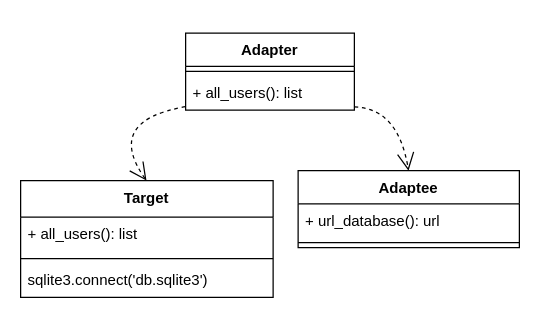
Earlier version of the draw.io diagram Диаграмма Adapter_paternn.drawio (Stungelx/simple_patern). Source tidied: cells renumbered, new cells numbered last; positions are measured from the earlier drawing's top-left corner, leaving out a move shared by most shapes. Both pictures are drawn from the tidied source at 125%, with x=0, y=0 at pixel (20, 32).
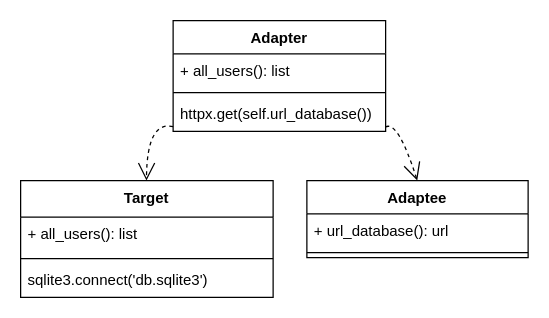
The same page after the edit.

Change to the diagram source:
```diff
@@
 <mxGraphModel>
   <root>
     <mxCell id="0" />
     <mxCell id="1" parent="0" />
     <mxCell id="2" value="Adapter" style="swimlane;fontStyle=1;align=center;verticalAlign=top;horizontal=1;startSize=26.525249905056423;" parent="1" vertex="1">
-      <mxGeometry x="132" width="135" height="61.5" as="geometry" />
+      <mxGeometry x="122" y="-10" width="170" height="88.5" as="geometry" />
     </mxCell>
+    <mxCell id="4" value="+ all_users(): list" style="text;strokeColor=none;fillColor=none;align=left;verticalAlign=top;spacingLeft=4;spacingRight=4;overflow=hidden;" parent="2" vertex="1">
+      <mxGeometry y="26.5" width="170" height="27" as="geometry" />
+    </mxCell>
     <mxCell id="3" style="line;strokeWidth=1;fillColor=none;align=left;verticalAlign=middle;spacingTop=-1;spacingLeft=3;spacingRight=3;labelPosition=right;strokeColor=inherit;" parent="2" vertex="1">
-      <mxGeometry y="26.5" width="135" height="8" as="geometry" />
+      <mxGeometry y="53.5" width="170" height="8" as="geometry" />
     </mxCell>
-    <mxCell id="4" value="+ all_users(): list" style="text;strokeColor=none;fillColor=none;align=left;verticalAlign=top;spacingLeft=4;spacingRight=4;overflow=hidden;" parent="2" vertex="1">
-      <mxGeometry y="34.5" width="135" height="27" as="geometry" />
-    </mxCell>
+    <mxCell id="14" value="httpx.get(self.url_database())" style="text;strokeColor=none;fillColor=none;align=left;verticalAlign=top;spacingLeft=4;spacingRight=4;overflow=hidden;" parent="2" vertex="1">
+      <mxGeometry y="61.5" width="170" height="27" as="geometry" />
+    </mxCell>
     <mxCell id="5" value="Target" style="swimlane;fontStyle=1;align=center;verticalAlign=top;horizontal=1;startSize=29.272726440429686;" parent="1" vertex="1">
       <mxGeometry y="118" width="202" height="93.3" as="geometry" />
     </mxCell>
     <mxCell id="6" value="+ all_users(): list" style="text;strokeColor=none;fillColor=none;align=left;verticalAlign=top;spacingLeft=4;spacingRight=4;overflow=hidden;" parent="5" vertex="1">
       <mxGeometry y="29.3" width="202" height="29" as="geometry" />
     </mxCell>
     <mxCell id="7" style="line;strokeWidth=1;fillColor=none;align=left;verticalAlign=middle;spacingTop=-1;spacingLeft=3;spacingRight=3;labelPosition=right;strokeColor=inherit;" parent="5" vertex="1">
       <mxGeometry y="58.3" width="202" height="8" as="geometry" />
     </mxCell>
     <mxCell id="8" value="sqlite3.connect('db.sqlite3')" style="text;strokeColor=none;fillColor=none;align=left;verticalAlign=top;spacingLeft=4;spacingRight=4;overflow=hidden;" parent="5" vertex="1">
       <mxGeometry y="66.3" width="202" height="27" as="geometry" />
     </mxCell>
     <mxCell id="9" value="Adaptee" style="swimlane;fontStyle=1;align=center;verticalAlign=top;horizontal=1;startSize=26.525249905056423;" parent="1" vertex="1">
-      <mxGeometry x="222" y="110" width="177" height="61.5" as="geometry" />
+      <mxGeometry x="229" y="118" width="177" height="61.5" as="geometry" />
     </mxCell>
     <mxCell id="10" value="+ url_database(): url" style="text;strokeColor=none;fillColor=none;align=left;verticalAlign=top;spacingLeft=4;spacingRight=4;overflow=hidden;" parent="9" vertex="1">
       <mxGeometry y="26.5" width="177" height="27" as="geometry" />
     </mxCell>
     <mxCell id="11" style="line;strokeWidth=1;fillColor=none;align=left;verticalAlign=middle;spacingTop=-1;spacingLeft=3;spacingRight=3;labelPosition=right;strokeColor=inherit;" parent="9" vertex="1">
       <mxGeometry y="53.5" width="177" height="8" as="geometry" />
     </mxCell>
     <mxCell id="12" style="curved=1;dashed=1;startArrow=none;endArrow=open;endSize=12;exitX=-0.0014813175907841436;exitY=0.9589849061546628;entryX=0.498426592791522;entryY=0.005611466772762345;" parent="1" edge="1" source="2" target="5">
       <mxGeometry relative="1" as="geometry">
         <Array as="points">
-          <mxPoint x="67" y="70" />
+          <mxPoint x="101" y="70" />
         </Array>
       </mxGeometry>
     </mxCell>
     <mxCell id="13" style="curved=1;dashed=1;startArrow=none;endArrow=open;endSize=12;exitX=0.9984968679922598;exitY=0.9589849061546628;entryX=0.4989237812279308;entryY=0.0028631856122354822;" parent="1" edge="1" source="2" target="9">
       <mxGeometry relative="1" as="geometry">
         <Array as="points">
-          <mxPoint x="302" y="60" />
+          <mxPoint x="302" y="70" />
         </Array>
       </mxGeometry>
     </mxCell>
   </root>
 </mxGraphModel>
```
